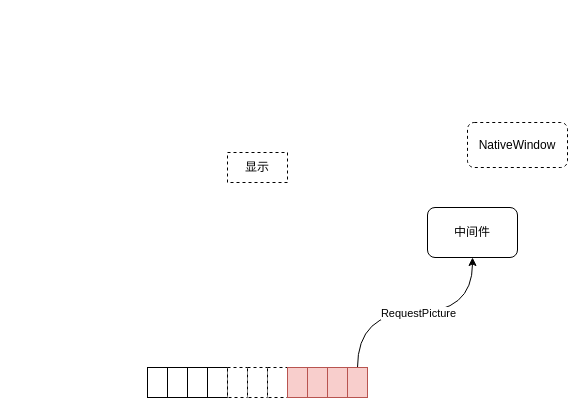
Above: 未命名绘图.drawio in qjzh0603/drawio (draw.io), before the change. Source tidied: cells renumbered, new cells numbered last; positions are measured from the earlier drawing's top-left corner, leaving out a move shared by most shapes. Both pictures are drawn from the tidied source at 100%, with x=0, y=0 at pixel (147, 122).
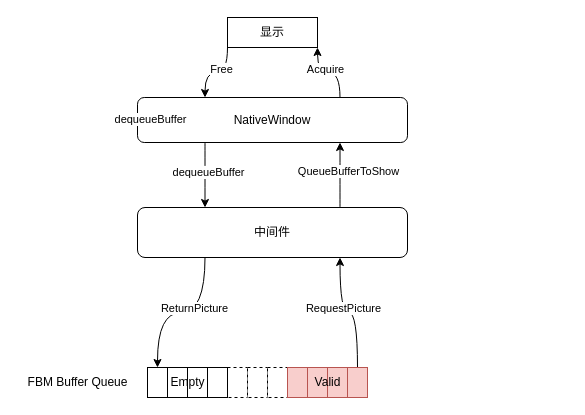
After the change.

Commit message:
更新未命名绘图.drawio

The change refers to these unchanged cells:
```xml
<mxCell id="16" style="group;" parent="15" vertex="1">
  <mxGeometry width="80" height="30" as="geometry" />
</mxCell>
<mxCell id="20" style="rounded=0;whiteSpace=wrap;html=1;shadow=0;comic=0;fillColor=#f8cecc;strokeColor=#b85450;" parent="16" vertex="1">
  <mxGeometry x="60" width="20" height="30" as="geometry" />
</mxCell>
```

Change to the diagram source:
```diff
@@
+    <mxCell id="21" style="edgeStyle=orthogonalEdgeStyle;curved=1;rounded=0;jettySize=auto;html=1;exitX=0.75;exitY=0;exitDx=0;exitDy=0;entryX=0.75;entryY=1;entryDx=0;entryDy=0;" parent="1" edge="1" source="2" target="13">
+      <mxGeometry relative="1" as="geometry" />
+    </mxCell>
+    <mxCell id="22" value="QueueBufferToShow" style="edgeLabel;html=1;align=center;verticalAlign=middle;" parent="21" vertex="1">
+      <mxGeometry x="0.28" y="-1" relative="1" as="geometry">
+        <mxPoint x="6.5" y="5.7" as="offset" />
+      </mxGeometry>
+    </mxCell>
+    <mxCell id="23" style="edgeStyle=orthogonalEdgeStyle;curved=1;rounded=0;jettySize=auto;html=1;exitX=0.25;exitY=1;exitDx=0;exitDy=0;entryX=0.5;entryY=0;entryDx=0;entryDy=0;" parent="1" edge="1" source="2" target="3">
+      <mxGeometry relative="1" as="geometry" />
+    </mxCell>
+    <mxCell id="24" value="ReturnPicture" style="edgeLabel;html=1;align=center;verticalAlign=middle;" parent="23" vertex="1">
+      <mxGeometry x="-0.38" y="-11" relative="1" as="geometry">
+        <mxPoint y="1" as="offset" />
+      </mxGeometry>
+    </mxCell>
     <mxCell id="2" value="中间件" style="rounded=1;whiteSpace=wrap;html=1;shadow=0;comic=0;" parent="1" vertex="1">
-      <mxGeometry x="280" y="85" width="90" height="50" as="geometry" />
+      <mxGeometry x="-10" y="85" width="270" height="50" as="geometry" />
     </mxCell>
-    <mxCell id="3" style="rounded=0;whiteSpace=wrap;html=1;shadow=0;comic=0;" parent="1" vertex="1">
-      <mxGeometry y="245" width="20" height="30" as="geometry" />
-    </mxCell>
-    <mxCell id="4" style="rounded=0;whiteSpace=wrap;html=1;shadow=0;comic=0;" parent="1" vertex="1">
-      <mxGeometry x="20" y="245" width="20" height="30" as="geometry" />
-    </mxCell>
-    <mxCell id="5" style="rounded=0;whiteSpace=wrap;html=1;shadow=0;comic=0;" parent="1" vertex="1">
-      <mxGeometry x="40" y="245" width="20" height="30" as="geometry" />
-    </mxCell>
-    <mxCell id="6" style="rounded=0;whiteSpace=wrap;html=1;shadow=0;comic=0;" parent="1" vertex="1">
-      <mxGeometry x="60" y="245" width="20" height="30" as="geometry" />
-    </mxCell>
@@
-    <mxCell id="10" style="edgeStyle=orthogonalEdgeStyle;curved=1;rounded=0;jettySize=auto;html=1;exitX=0.5;exitY=0;exitDx=0;exitDy=0;entryX=0.5;entryY=1;entryDx=0;entryDy=0;" parent="1" edge="1" source="20" target="2">
+    <mxCell id="10" style="edgeStyle=orthogonalEdgeStyle;curved=1;rounded=0;jettySize=auto;html=1;exitX=0.5;exitY=0;exitDx=0;exitDy=0;entryX=0.75;entryY=1;entryDx=0;entryDy=0;" parent="1" edge="1" source="20" target="2">
       <mxGeometry relative="1" as="geometry" />
     </mxCell>
     <mxCell id="11" value="RequestPicture" style="edgeLabel;html=1;align=center;verticalAlign=middle;" parent="10" vertex="1">
       <mxGeometry x="-0.08" relative="1" as="geometry">
-        <mxPoint x="11.7" as="offset" />
+        <mxPoint x="-10.3" y="-4.9" as="offset" />
       </mxGeometry>
     </mxCell>
+    <mxCell id="25" style="edgeStyle=orthogonalEdgeStyle;curved=1;rounded=0;jettySize=auto;html=1;exitX=0;exitY=1;exitDx=0;exitDy=0;entryX=0.25;entryY=0;entryDx=0;entryDy=0;" parent="1" edge="1" source="12" target="13">
+      <mxGeometry relative="1" as="geometry" />
+    </mxCell>
+    <mxCell id="26" value="Free" style="edgeLabel;html=1;align=center;verticalAlign=middle;" parent="25" vertex="1">
+      <mxGeometry x="-0.42" y="3" relative="1" as="geometry">
+        <mxPoint x="-10" as="offset" />
+      </mxGeometry>
+    </mxCell>
-    <mxCell id="12" value="显示" style="rounded=0;whiteSpace=wrap;html=1;shadow=0;dashed=1;comic=0;" parent="1" vertex="1">
-      <mxGeometry x="80" y="30" width="60" height="30" as="geometry" />
+    <mxCell id="12" value="显示" style="rounded=0;whiteSpace=wrap;html=1;shadow=0;comic=0;" parent="1" vertex="1">
+      <mxGeometry x="80" y="-105" width="90" height="30" as="geometry" />
     </mxCell>
+    <mxCell id="27" style="edgeStyle=orthogonalEdgeStyle;curved=1;rounded=0;jettySize=auto;html=1;exitX=0.75;exitY=0;exitDx=0;exitDy=0;entryX=1;entryY=1;entryDx=0;entryDy=0;" parent="1" edge="1" source="13" target="12">
+      <mxGeometry relative="1" as="geometry" />
+    </mxCell>
+    <mxCell id="28" value="Acquire" style="edgeLabel;html=1;align=center;verticalAlign=middle;" parent="27" vertex="1">
+      <mxGeometry x="-0.33" y="-5" relative="1" as="geometry">
+        <mxPoint x="-20" y="-4.3" as="offset" />
+      </mxGeometry>
+    </mxCell>
+    <mxCell id="29" style="edgeStyle=orthogonalEdgeStyle;curved=1;rounded=0;jettySize=auto;html=1;exitX=0.25;exitY=1;exitDx=0;exitDy=0;entryX=0.25;entryY=0;entryDx=0;entryDy=0;" parent="1" edge="1" source="13" target="2">
+      <mxGeometry relative="1" as="geometry" />
+    </mxCell>
+    <mxCell id="30" value="dequeueBuffer" style="edgeLabel;html=1;align=center;verticalAlign=middle;" parent="29" vertex="1">
+      <mxGeometry x="0.19" relative="1" as="geometry">
+        <mxPoint x="2.5" y="-9.9" as="offset" />
+      </mxGeometry>
+    </mxCell>
-    <mxCell id="13" value="NativeWindow" style="rounded=1;whiteSpace=wrap;html=1;shadow=0;dashed=1;comic=0;" parent="1" vertex="1">
-      <mxGeometry x="320" width="100" height="45" as="geometry" />
+    <mxCell id="13" value="NativeWindow" style="rounded=1;whiteSpace=wrap;html=1;shadow=0;comic=0;" parent="1" vertex="1">
+      <mxGeometry x="-10" y="-25" width="270" height="45" as="geometry" />
     </mxCell>
@@
+    <mxCell id="31" value="Valid" style="text;html=1;align=center;verticalAlign=middle;fillColor=none;strokeColor=none;rounded=0;shadow=0;dashed=1;comic=0;" parent="16" vertex="1">
+      <mxGeometry x="20" y="5" width="40" height="20" as="geometry" />
+    </mxCell>
+    <mxCell id="32" value="dequeueBuffer" style="edgeLabel;html=1;align=center;verticalAlign=middle;" parent="1" vertex="1">
+      <mxGeometry x="0.19" relative="1" as="geometry">
+        <mxPoint x="2.5" y="-3.9" as="offset" />
+      </mxGeometry>
+    </mxCell>
+    <mxCell id="33" style="group;" parent="1" vertex="1">
+      <mxGeometry y="245" width="80" height="30" as="geometry" />
+    </mxCell>
+    <mxCell id="3" style="rounded=0;whiteSpace=wrap;html=1;shadow=0;comic=0;" parent="33" vertex="1">
+      <mxGeometry width="20" height="30" as="geometry" />
+    </mxCell>
+    <mxCell id="4" style="rounded=0;whiteSpace=wrap;html=1;shadow=0;comic=0;" parent="33" vertex="1">
+      <mxGeometry x="20" width="20" height="30" as="geometry" />
+    </mxCell>
+    <mxCell id="5" style="rounded=0;whiteSpace=wrap;html=1;shadow=0;comic=0;" parent="33" vertex="1">
+      <mxGeometry x="40" width="20" height="30" as="geometry" />
+    </mxCell>
+    <mxCell id="6" style="rounded=0;whiteSpace=wrap;html=1;shadow=0;comic=0;" parent="33" vertex="1">
+      <mxGeometry x="60" width="20" height="30" as="geometry" />
+    </mxCell>
+    <mxCell id="34" value="Empty" style="text;html=1;align=center;verticalAlign=middle;" parent="33" vertex="1">
+      <mxGeometry x="15" y="5" width="50" height="20" as="geometry" />
+    </mxCell>
+    <mxCell id="35" value="FBM Buffer Queue" style="text;html=1;align=center;verticalAlign=middle;" parent="1" vertex="1">
+      <mxGeometry x="-130" y="250" width="120" height="20" as="geometry" />
+    </mxCell>
```
